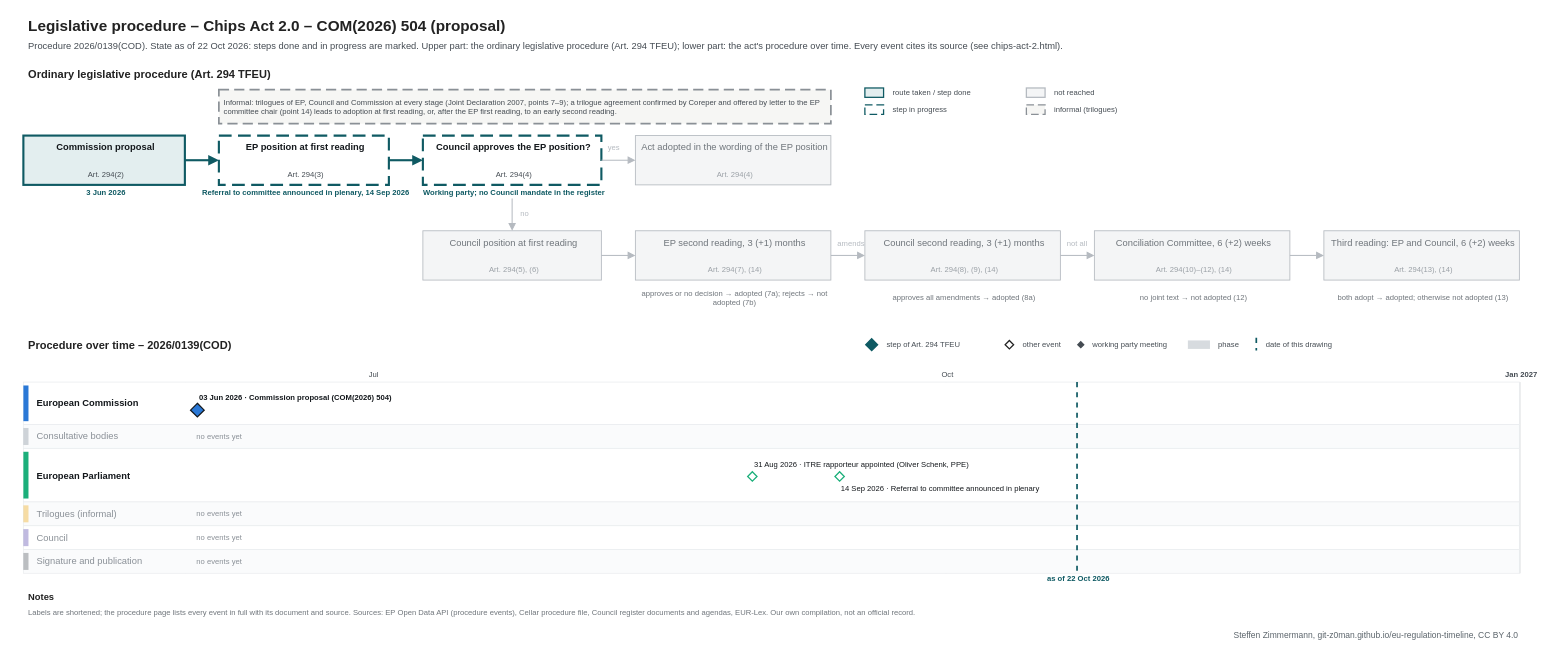
The draw.io diagram procedures/chips-act-2.drawio in git-z0man/eu-regulation-timeline, before the edit. Source tidied: cells renumbered, new cells numbered last; positions are measured from the earlier drawing's top-left corner, leaving out a move shared by most shapes. Both pictures are drawn from the tidied source at 85%, with x=0, y=0 at pixel (14, 14).
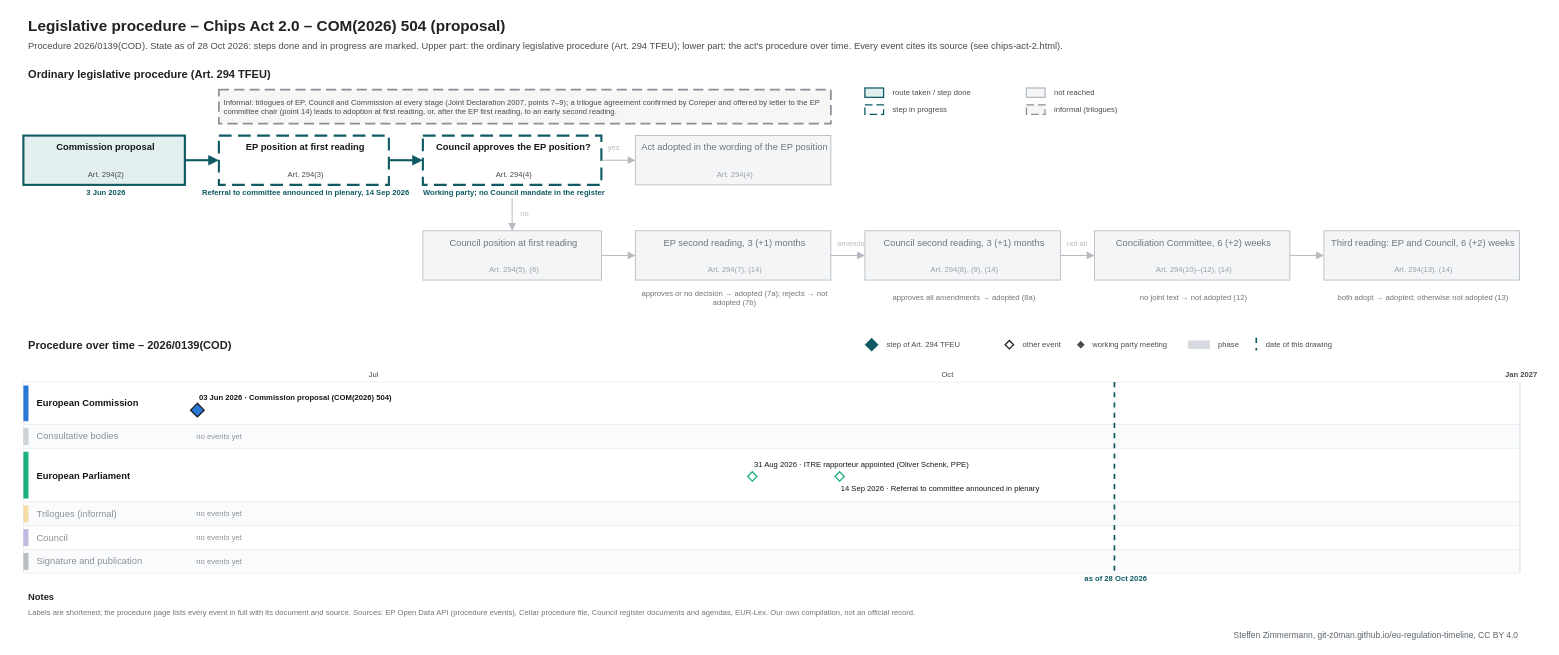
The same diagram, later.

The edit, as a diff of the source:
```diff
@@
-    <mxCell id="3" value="Procedure 2026/0139(COD). State as of 22 Oct 2026: steps done and in progress are marked. Upper part: the ordinary legislative procedure (Art. 294 TFEU); lower part: the act's procedure over time. Every event cites its source (see chips-act-2.html)." style="text;html=1;fontSize=11;fontColor=#454c53;align=left;verticalAlign=middle;spacingLeft=4;" parent="1" vertex="1">
+    <mxCell id="3" value="Procedure 2026/0139(COD). State as of 28 Oct 2026: steps done and in progress are marked. Upper part: the ordinary legislative procedure (Art. 294 TFEU); lower part: the act's procedure over time. Every event cites its source (see chips-act-2.html)." style="text;html=1;fontSize=11;fontColor=#454c53;align=left;verticalAlign=middle;spacingLeft=4;" parent="1" vertex="1">
       <mxGeometry x="10" y="28" width="1700" height="18" as="geometry" />
     </mxCell>
@@
     <mxCell id="105" style="line;html=1;strokeWidth=2;strokeColor=#0f5a63;direction=south;dashed=1;" parent="1" vertex="1">
-      <mxGeometry x="1249.1" y="432" width="1" height="225" as="geometry" />
+      <mxGeometry x="1293.1" y="432" width="1" height="225" as="geometry" />
     </mxCell>
-    <mxCell id="106" value="as of 22 Oct 2026" style="text;html=1;fontSize=9;fontColor=#0f5a63;align=center;verticalAlign=middle;spacingLeft=4;fontStyle=1;" parent="1" vertex="1">
-      <mxGeometry x="1189.1" y="658" width="120" height="12" as="geometry" />
+    <mxCell id="106" value="as of 28 Oct 2026" style="text;html=1;fontSize=9;fontColor=#0f5a63;align=center;verticalAlign=middle;spacingLeft=4;fontStyle=1;" parent="1" vertex="1">
+      <mxGeometry x="1233.1" y="658" width="120" height="12" as="geometry" />
     </mxCell>
```
